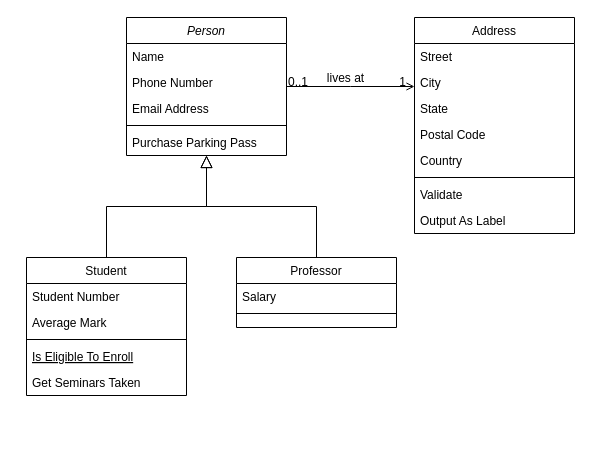
sergilivo22/CodeToUML keeps this draw.io diagram as M05 UF3 - P2 - Code to UML.drawio. Above is the earlier version. Source tidied: cells renumbered, new cells numbered last; positions are measured from the earlier drawing's top-left corner, leaving out a move shared by most shapes. Both pictures are drawn from the tidied source at 100%, with x=0, y=0 at pixel (26, 17).
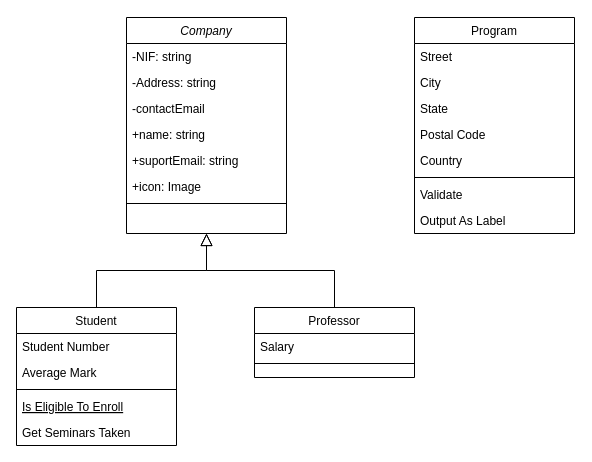
Above is the later version.

The edit, as a diff of the source:
```diff
@@
-    <mxCell id="2" value="Person" style="swimlane;fontStyle=2;align=center;verticalAlign=top;horizontal=1;startSize=26;rounded=0;shadow=0;strokeWidth=1;" parent="1" vertex="1">
-      <mxGeometry x="100" width="160" height="138" as="geometry" />
+    <mxCell id="2" value="Company&#10;" style="swimlane;fontStyle=2;align=center;verticalAlign=top;horizontal=1;startSize=26;rounded=0;shadow=0;strokeWidth=1;" parent="1" vertex="1">
+      <mxGeometry x="100" width="160" height="216" as="geometry" />
     </mxCell>
-    <mxCell id="3" value="Name" style="text;align=left;verticalAlign=top;spacingLeft=4;spacingRight=4;overflow=hidden;" parent="2" vertex="1">
+    <mxCell id="3" value="-NIF: string" style="text;align=left;verticalAlign=top;spacingLeft=4;spacingRight=4;overflow=hidden;" parent="2" vertex="1">
       <mxGeometry y="26" width="160" height="26" as="geometry" />
     </mxCell>
-    <mxCell id="4" value="Phone Number" style="text;align=left;verticalAlign=top;spacingLeft=4;spacingRight=4;overflow=hidden;rounded=0;shadow=0;html=0;" parent="2" vertex="1">
+    <mxCell id="4" value="-Address: string" style="text;align=left;verticalAlign=top;spacingLeft=4;spacingRight=4;overflow=hidden;rounded=0;shadow=0;html=0;" parent="2" vertex="1">
       <mxGeometry y="52" width="160" height="26" as="geometry" />
     </mxCell>
-    <mxCell id="5" value="Email Address" style="text;align=left;verticalAlign=top;spacingLeft=4;spacingRight=4;overflow=hidden;rounded=0;shadow=0;html=0;" parent="2" vertex="1">
+    <mxCell id="5" value="-contactEmail" style="text;align=left;verticalAlign=top;spacingLeft=4;spacingRight=4;overflow=hidden;rounded=0;shadow=0;html=0;" parent="2" vertex="1">
       <mxGeometry y="78" width="160" height="26" as="geometry" />
     </mxCell>
+    <mxCell id="32" value="+name: string" style="text;align=left;verticalAlign=top;spacingLeft=4;spacingRight=4;overflow=hidden;rounded=0;shadow=0;html=0;" parent="2" vertex="1">
+      <mxGeometry y="104" width="160" height="26" as="geometry" />
+    </mxCell>
+    <mxCell id="33" value="+suportEmail: string" style="text;align=left;verticalAlign=top;spacingLeft=4;spacingRight=4;overflow=hidden;rounded=0;shadow=0;html=0;" parent="2" vertex="1">
+      <mxGeometry y="130" width="160" height="26" as="geometry" />
+    </mxCell>
+    <mxCell id="34" value="+icon: Image" style="text;align=left;verticalAlign=top;spacingLeft=4;spacingRight=4;overflow=hidden;rounded=0;shadow=0;html=0;" parent="2" vertex="1">
+      <mxGeometry y="156" width="160" height="26" as="geometry" />
+    </mxCell>
     <mxCell id="6" style="line;html=1;strokeWidth=1;align=left;verticalAlign=middle;spacingTop=-1;spacingLeft=3;spacingRight=3;labelPosition=right;" parent="2" vertex="1">
-      <mxGeometry y="104" width="160" height="8" as="geometry" />
+      <mxGeometry y="182" width="160" height="8" as="geometry" />
     </mxCell>
-    <mxCell id="7" value="Purchase Parking Pass" style="text;align=left;verticalAlign=top;spacingLeft=4;spacingRight=4;overflow=hidden;" parent="2" vertex="1">
-      <mxGeometry y="112" width="160" height="26" as="geometry" />
-    </mxCell>
     <mxCell id="8" value="Student" style="swimlane;fontStyle=0;align=center;verticalAlign=top;horizontal=1;startSize=26;rounded=0;shadow=0;strokeWidth=1;" parent="1" vertex="1">
-      <mxGeometry y="240" width="160" height="138" as="geometry" />
+      <mxGeometry x="-10" y="290" width="160" height="138" as="geometry" />
     </mxCell>
@@
     <mxCell id="15" value="Professor" style="swimlane;fontStyle=0;align=center;verticalAlign=top;horizontal=1;startSize=26;rounded=0;shadow=0;strokeWidth=1;" parent="1" vertex="1">
-      <mxGeometry x="210" y="240" width="160" height="70" as="geometry" />
+      <mxGeometry x="228" y="290" width="160" height="70" as="geometry" />
     </mxCell>
@@
-    <mxCell id="19" value="Address" style="swimlane;fontStyle=0;align=center;verticalAlign=top;horizontal=1;startSize=26;rounded=0;shadow=0;strokeWidth=1;" parent="1" vertex="1">
+    <mxCell id="19" value="Program" style="swimlane;fontStyle=0;align=center;verticalAlign=top;horizontal=1;startSize=26;rounded=0;shadow=0;strokeWidth=1;" parent="1" vertex="1">
       <mxGeometry x="388" width="160" height="216" as="geometry" />
     </mxCell>
@@
-    <mxCell id="28" style="endArrow=open;shadow=0;strokeWidth=1;rounded=0;endFill=1;edgeStyle=elbowEdgeStyle;elbow=vertical;" parent="1" edge="1" source="2" target="19">
-      <mxGeometry x="0.5" y="41" relative="1" as="geometry">
-        <mxPoint x="-40" y="32" as="offset" />
-      </mxGeometry>
-    </mxCell>
-    <mxCell id="29" value="0..1" style="align=left;verticalAlign=bottom;labelBackgroundColor=none;fontSize=12;" parent="28" vertex="1">
-      <mxGeometry x="-1" relative="1" as="geometry">
-        <mxPoint y="4" as="offset" />
-      </mxGeometry>
-    </mxCell>
-    <mxCell id="30" value="1" style="align=right;verticalAlign=bottom;labelBackgroundColor=none;fontSize=12;" parent="28" vertex="1">
-      <mxGeometry x="1" relative="1" as="geometry">
-        <mxPoint x="-7" y="4" as="offset" />
-      </mxGeometry>
-    </mxCell>
-    <mxCell id="31" value="lives at" style="text;html=1;align=center;verticalAlign=middle;labelBackgroundColor=none;rounded=0;shadow=0;strokeWidth=1;fontSize=12;" parent="28" vertex="1">
-      <mxGeometry x="0.5" y="49" relative="1" as="geometry">
-        <mxPoint x="-38" y="40" as="offset" />
-      </mxGeometry>
-    </mxCell>
```
